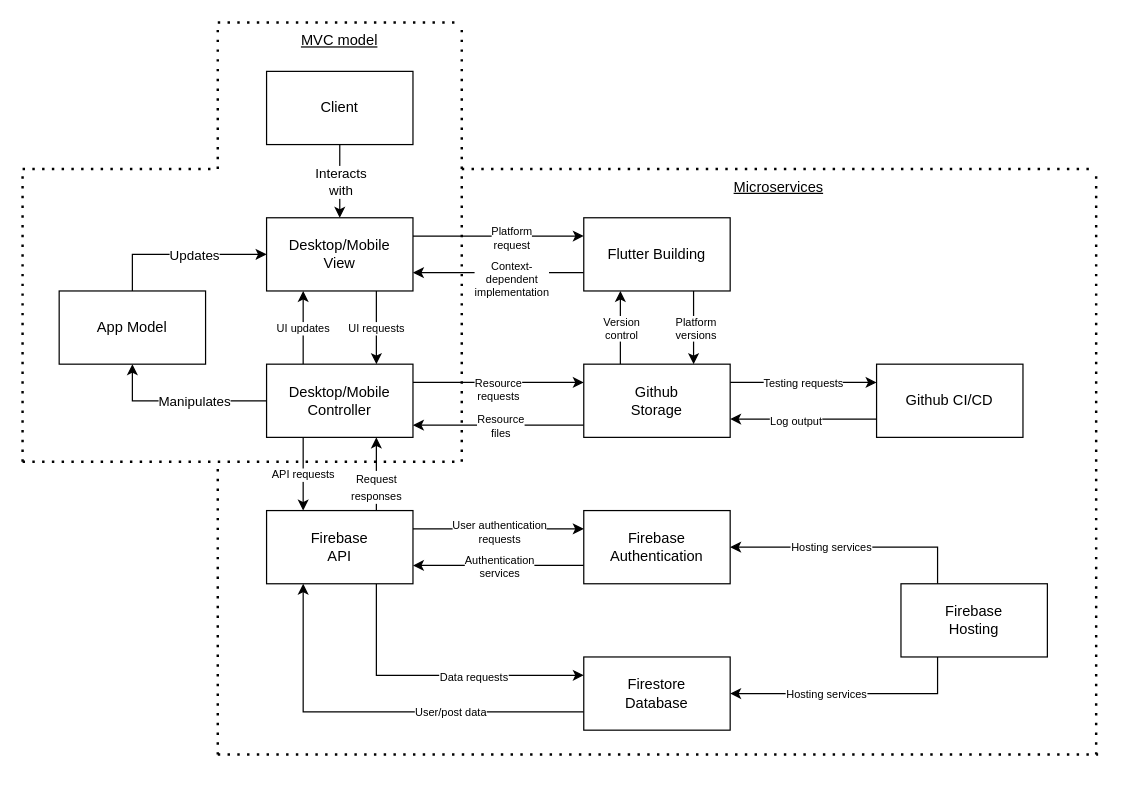
Earlier version of the draw.io diagram docs/architecture-diagrams/main-diagram.drawio (COS301-SE-2024/TailWaggr). Source tidied: cells renumbered, new cells numbered last; positions are measured from the earlier drawing's top-left corner, leaving out a move shared by most shapes. Both pictures are drawn from the tidied source at 122%, with x=0, y=0 at pixel (22, 22).
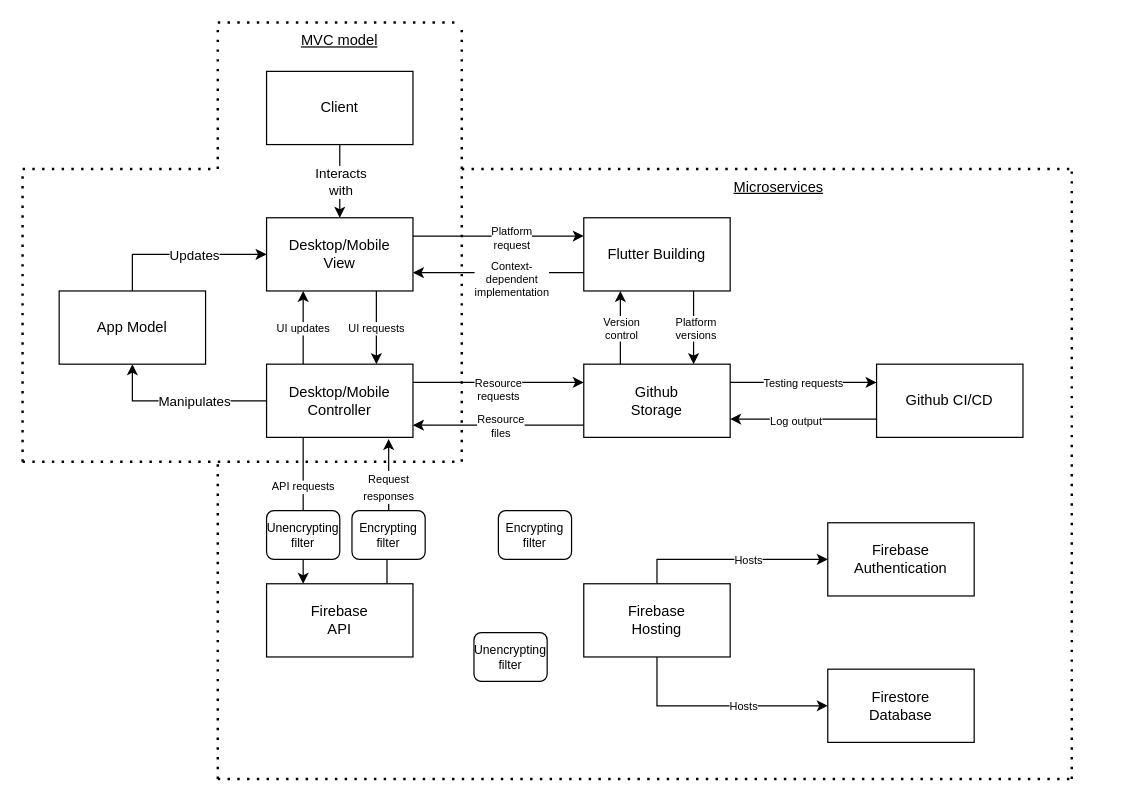
Above is the later version.

Commit message:
added first pipe and filter

The change refers to these unchanged cells:
```xml
<mxCell id="22" style="edgeStyle=orthogonalEdgeStyle;rounded=0;jettySize=auto;html=1;exitX=0.25;exitY=1;exitDx=0;exitDy=0;entryX=0.25;entryY=0;entryDx=0;entryDy=0;" parent="1" edge="1" source="26" target="33">
  <mxGeometry relative="1" as="geometry" />
</mxCell>
<mxCell id="26" value="Desktop/Mobile Controller" style="rounded=0;whiteSpace=wrap;html=1;" parent="1" vertex="1">
  <mxGeometry x="200" y="280" width="120" height="60" as="geometry" />
</mxCell>
```

Change to the diagram source:
```diff
@@
-    <mxCell id="2" style="edgeStyle=orthogonalEdgeStyle;rounded=0;jettySize=auto;html=1;exitX=0;exitY=0.75;exitDx=0;exitDy=0;entryX=0.25;entryY=1;entryDx=0;entryDy=0;" parent="1" edge="1" source="4" target="33">
-      <mxGeometry relative="1" as="geometry" />
-    </mxCell>
-    <mxCell id="3" value="User/post data" style="edgeLabel;html=1;align=center;verticalAlign=middle;fontSize=9;" parent="2" vertex="1">
-      <mxGeometry x="-0.16" relative="1" as="geometry">
-        <mxPoint x="31" as="offset" />
-      </mxGeometry>
-    </mxCell>
     <mxCell id="4" value="Firestore&lt;br&gt;Database" style="rounded=0;whiteSpace=wrap;html=1;" parent="1" vertex="1">
-      <mxGeometry x="460" y="520" width="120" height="60" as="geometry" />
+      <mxGeometry x="660" y="530" width="120" height="60" as="geometry" />
     </mxCell>
-    <mxCell id="5" style="edgeStyle=orthogonalEdgeStyle;rounded=0;jettySize=auto;html=1;exitX=0;exitY=0.75;exitDx=0;exitDy=0;entryX=1;entryY=0.75;entryDx=0;entryDy=0;" parent="1" edge="1" source="7" target="33">
-      <mxGeometry relative="1" as="geometry" />
-    </mxCell>
-    <mxCell id="6" value="Authentication&lt;br style=&quot;font-size: 9px;&quot;&gt;services" style="edgeLabel;html=1;align=center;verticalAlign=middle;fontSize=9;" parent="5" vertex="1">
-      <mxGeometry x="-0.16" relative="1" as="geometry">
-        <mxPoint x="-11" as="offset" />
-      </mxGeometry>
-    </mxCell>
     <mxCell id="7" value="Firebase&lt;br&gt;Authentication" style="rounded=0;whiteSpace=wrap;html=1;" parent="1" vertex="1">
-      <mxGeometry x="460" y="400" width="120" height="60" as="geometry" />
+      <mxGeometry x="660" y="410" width="120" height="60" as="geometry" />
     </mxCell>
-    <mxCell id="8" style="edgeStyle=orthogonalEdgeStyle;rounded=0;jettySize=auto;html=1;exitX=0.25;exitY=0;exitDx=0;exitDy=0;entryX=1;entryY=0.5;entryDx=0;entryDy=0;" parent="1" edge="1" source="12" target="7">
+    <mxCell id="8" style="edgeStyle=orthogonalEdgeStyle;rounded=0;jettySize=auto;html=1;exitX=0.5;exitY=0;exitDx=0;exitDy=0;entryX=0;entryY=0.5;entryDx=0;entryDy=0;" parent="1" edge="1" source="12" target="7">
       <mxGeometry relative="1" as="geometry" />
     </mxCell>
-    <mxCell id="9" value="Hosting services" style="edgeLabel;html=1;align=center;verticalAlign=middle;fontSize=9;" parent="8" vertex="1">
+    <mxCell id="9" value="Hosts" style="edgeLabel;html=1;align=center;verticalAlign=middle;fontSize=9;" parent="8" vertex="1">
       <mxGeometry x="0.18" y="-2" relative="1" as="geometry">
-        <mxPoint y="2" as="offset" />
+        <mxPoint y="-2" as="offset" />
       </mxGeometry>
     </mxCell>
-    <mxCell id="10" style="edgeStyle=orthogonalEdgeStyle;rounded=0;jettySize=auto;html=1;exitX=0.25;exitY=1;exitDx=0;exitDy=0;entryX=1;entryY=0.5;entryDx=0;entryDy=0;" parent="1" edge="1" source="12" target="4">
+    <mxCell id="10" style="edgeStyle=orthogonalEdgeStyle;rounded=0;jettySize=auto;html=1;exitX=0.5;exitY=1;exitDx=0;exitDy=0;entryX=0;entryY=0.5;entryDx=0;entryDy=0;" parent="1" edge="1" source="12" target="4">
       <mxGeometry relative="1" as="geometry" />
     </mxCell>
-    <mxCell id="11" value="Hosting services" style="edgeLabel;html=1;align=center;verticalAlign=middle;fontSize=9;" parent="10" vertex="1">
+    <mxCell id="11" value="Hosts" style="edgeLabel;html=1;align=center;verticalAlign=middle;fontSize=9;" parent="10" vertex="1">
       <mxGeometry x="0.22" y="-4" relative="1" as="geometry">
-        <mxPoint y="4" as="offset" />
+        <mxPoint y="-4" as="offset" />
       </mxGeometry>
     </mxCell>
     <mxCell id="12" value="Firebase&lt;br&gt;Hosting" style="rounded=0;whiteSpace=wrap;html=1;" parent="1" vertex="1">
-      <mxGeometry x="720" y="460" width="120" height="60" as="geometry" />
+      <mxGeometry x="460" y="460" width="120" height="60" as="geometry" />
     </mxCell>
@@
     <mxCell id="23" value="API requests" style="edgeLabel;html=1;align=center;verticalAlign=middle;fontSize=9;" parent="22" vertex="1">
       <mxGeometry x="-0.12" y="-1" relative="1" as="geometry">
-        <mxPoint y="4" as="offset" />
+        <mxPoint y="-13" as="offset" />
       </mxGeometry>
     </mxCell>
@@
-    <mxCell id="27" style="edgeStyle=orthogonalEdgeStyle;rounded=0;jettySize=auto;html=1;exitX=0.75;exitY=0;exitDx=0;exitDy=0;entryX=0.75;entryY=1;entryDx=0;entryDy=0;" parent="1" edge="1" source="33" target="26">
-      <mxGeometry relative="1" as="geometry" />
+    <mxCell id="27" style="edgeStyle=orthogonalEdgeStyle;rounded=0;jettySize=auto;html=1;exitX=0.904;exitY=0.028;exitDx=0;exitDy=0;exitPerimeter=0;entryX=0.834;entryY=1.023;entryDx=0;entryDy=0;entryPerimeter=0;" parent="1" edge="1" target="26">
+      <mxGeometry relative="1" as="geometry">
+        <mxPoint x="298.7" y="460" as="sourcePoint" />
+        <Array as="points">
+          <mxPoint x="299" y="408" />
+          <mxPoint x="300" y="408" />
+        </Array>
+      </mxGeometry>
     </mxCell>
     <mxCell id="28" value="&lt;font style=&quot;font-size: 9px;&quot;&gt;Request&lt;br&gt;responses&lt;/font&gt;" style="edgeLabel;html=1;align=center;verticalAlign=middle;" parent="27" vertex="1">
       <mxGeometry x="-0.13" y="1" relative="1" as="geometry">
-        <mxPoint y="6" as="offset" />
+        <mxPoint x="1" y="-27" as="offset" />
       </mxGeometry>
     </mxCell>
-    <mxCell id="29" style="edgeStyle=orthogonalEdgeStyle;rounded=0;jettySize=auto;html=1;exitX=1;exitY=0.25;exitDx=0;exitDy=0;entryX=0;entryY=0.25;entryDx=0;entryDy=0;" parent="1" edge="1" source="33" target="7">
-      <mxGeometry relative="1" as="geometry" />
-    </mxCell>
-    <mxCell id="30" value="User authentication &lt;br style=&quot;font-size: 9px;&quot;&gt;requests" style="edgeLabel;html=1;align=center;verticalAlign=middle;fontSize=9;" parent="29" vertex="1">
-      <mxGeometry x="0.23" y="-2" relative="1" as="geometry">
-        <mxPoint x="-16" as="offset" />
-      </mxGeometry>
-    </mxCell>
-    <mxCell id="31" style="edgeStyle=orthogonalEdgeStyle;rounded=0;jettySize=auto;html=1;exitX=0.75;exitY=1;exitDx=0;exitDy=0;entryX=0;entryY=0.25;entryDx=0;entryDy=0;" parent="1" edge="1" source="33" target="4">
-      <mxGeometry relative="1" as="geometry" />
-    </mxCell>
-    <mxCell id="32" value="Data requests" style="edgeLabel;html=1;align=center;verticalAlign=middle;fontSize=9;" parent="31" vertex="1">
-      <mxGeometry x="-0.01" y="-1" relative="1" as="geometry">
-        <mxPoint x="33" as="offset" />
-      </mxGeometry>
-    </mxCell>
     <mxCell id="33" value="Firebase&lt;br&gt;API" style="rounded=0;whiteSpace=wrap;html=1;" parent="1" vertex="1">
-      <mxGeometry x="200" y="400" width="120" height="60" as="geometry" />
+      <mxGeometry x="200" y="460" width="120" height="60" as="geometry" />
     </mxCell>
@@
     <mxCell id="62" style="endArrow=none;dashed=1;html=1;dashPattern=1 3;strokeWidth=2;rounded=0;" parent="1" edge="1">
       <mxGeometry relative="1" as="geometry">
-        <mxPoint x="160" y="600" as="sourcePoint" />
+        <mxPoint x="160" y="620" as="sourcePoint" />
         <mxPoint x="160" y="360" as="targetPoint" />
       </mxGeometry>
     </mxCell>
     <mxCell id="63" style="endArrow=none;dashed=1;html=1;dashPattern=1 3;strokeWidth=2;rounded=0;" parent="1" edge="1">
       <mxGeometry relative="1" as="geometry">
-        <mxPoint x="160" y="600" as="sourcePoint" />
-        <mxPoint x="881.6" y="600" as="targetPoint" />
+        <mxPoint x="160" y="620" as="sourcePoint" />
+        <mxPoint x="860" y="620" as="targetPoint" />
       </mxGeometry>
     </mxCell>
     <mxCell id="64" style="endArrow=none;dashed=1;html=1;dashPattern=1 3;strokeWidth=2;rounded=0;" parent="1" edge="1">
       <mxGeometry relative="1" as="geometry">
-        <mxPoint x="880" y="600" as="sourcePoint" />
-        <mxPoint x="880" y="120" as="targetPoint" />
+        <mxPoint x="860" y="620" as="sourcePoint" />
+        <mxPoint x="860" y="120" as="targetPoint" />
       </mxGeometry>
     </mxCell>
@@
     <mxCell id="66" style="endArrow=none;dashed=1;html=1;dashPattern=1 3;strokeWidth=2;rounded=0;" parent="1" edge="1">
       <mxGeometry relative="1" as="geometry">
         <mxPoint x="360" y="120" as="sourcePoint" />
-        <mxPoint x="880" y="120" as="targetPoint" />
+        <mxPoint x="860" y="120" as="targetPoint" />
       </mxGeometry>
     </mxCell>
+    <mxCell id="67" value="Encrypting filter" style="rounded=1;whiteSpace=wrap;html=1;fontSize=10;" parent="1" vertex="1">
+      <mxGeometry x="270" y="400" width="60" height="40" as="geometry" />
+    </mxCell>
+    <mxCell id="68" value="Unencrypting filter" style="rounded=1;whiteSpace=wrap;html=1;fontSize=10;" parent="1" vertex="1">
+      <mxGeometry x="200" y="400" width="60" height="40" as="geometry" />
+    </mxCell>
+    <mxCell id="69" value="Encrypting filter" style="rounded=1;whiteSpace=wrap;html=1;fontSize=10;" parent="1" vertex="1">
+      <mxGeometry x="390" y="400" width="60" height="40" as="geometry" />
+    </mxCell>
+    <mxCell id="70" value="Unencrypting filter" style="rounded=1;whiteSpace=wrap;html=1;fontSize=10;" parent="1" vertex="1">
+      <mxGeometry x="370" y="500" width="60" height="40" as="geometry" />
+    </mxCell>
```
